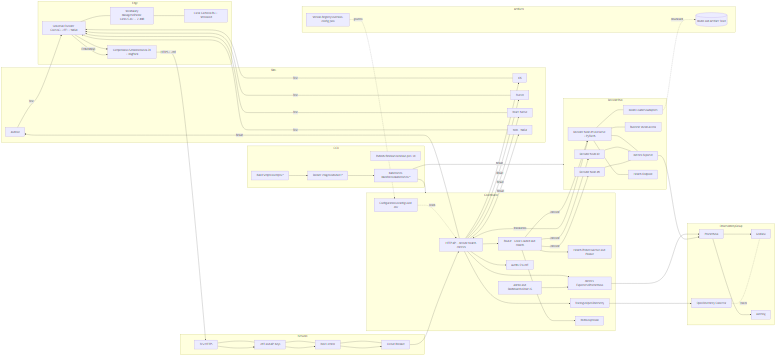
The Mermaid diagram docs/diagrams/out/end_to_end.png in code-with-zeeshan/universal-translation-system, before a commit. Its source is kept beside it as docs/diagrams/end_to_end.mmd. The source it was exported from:
```mermaid
flowchart LR
    subgraph SDKs
        A1[Android]
        A2[iOS]
        A3[Flutter]
        A4[React Native]
        A5[Web - WASM]
    end

    subgraph Edge
        E1[Universal Encoder Core\nC++/FFI + WASM]
        E2[Vocabulary Manager\nPacks: Latin/CJK/... 2-4MB]
        E3[Local Cache\nLRU + Versioned]
        E4[Compression/Serialization\nLZ4 + MsgPack]
        E1 --- E2
        E2 --- E3
        E1 --> E4
    end

    subgraph Network
        TLS[TLS/HTTPS]
        Auth[JWT and API Keys]
        RL[Rate Limiter]
        CB[Circuit Breaker]
        TLS --- Auth
        Auth --- RL
        RL --- CB
    end

    subgraph Coordinator
        C_API[HTTP API - decode health metrics]
        C_RT[Router - Least Loaded and Health]
        C_HC[Health Prober\nActive and Passive]
        C_MX[Metrics Exporter\nPrometheus]
        C_TR[Tracing\nOpenTelemetry]
        C_ADM[Admin and Dashboard\nChartJS]
        C_REDIS[Redis\noptional]
        C_CFG[Configuration\nconfigs and env]
        C_SEC[AuthN/Z\nJWT]
        C_API --> C_RT
        C_RT --> C_HC
        C_API --> C_SEC
        C_API --> C_MX
        C_API --> C_TR
        C_RT --> C_REDIS
        C_ADM --> C_MX
        C_CFG -. reads .-> C_API
    end

    subgraph DecoderPool
        DN1[Decoder Node #1\nLitserve + PyTorch]
        DN2[Decoder Node #2]
        DNn[Decoder Node #N]
                    MLD[Model Loader\nAdapters]
            VLM[Runtime Vocab Access]
            MXS[Metrics Exporter]
            HCS[Health Endpoint]
        DN1 --- MLD
        DN1 --- VLM
        DN1 --- MXS
        DN1 --- HCS
        DN2 --- MXS
        DNn --- MXS
    end

    subgraph ObservabilityGroup
        PM[Prometheus]
        GF[Grafana]
        AL[Alerting]
        OTEL[OpenTelemetry Collector]
        PM --> GF
        PM --> AL
        OTEL -. traces .- GF
    end

    subgraph Artifacts
        MS[(Model and Artifact Store)]
        VR[Version Registry\nversion-config.json]
    end

    subgraph CICD
        BLD[Build Scripts\nscripts/*]
        PBL[Publish/Release\nrelease.ps1/.sh]
        DKR[Docker Images\ndocker/*]
        K8S[Kubernetes Manifests\nkubernetes/*]
    end

    A1 & A2 & A3 & A4 & A5 -->|Text| E1
    E1 -->|Embeddings| E4
    E4 -->|HTTPS + JWT| TLS
    TLS --> Auth --> RL --> CB --> C_API

    C_RT -->|/decode| DN1 & DN2 & DNn
    DN1 -->|Translation| C_API
    C_API -->|Result| A1 & A2 & A3 & A4 & A5

    C_MX --> PM
    MXS --> PM
    C_TR --> OTEL

    MLD -. downloads .-> MS
    VR -. governs .-> C_CFG

    BLD --> DKR --> K8S
    K8S --> Coordinator
    K8S --> DecoderPool
```
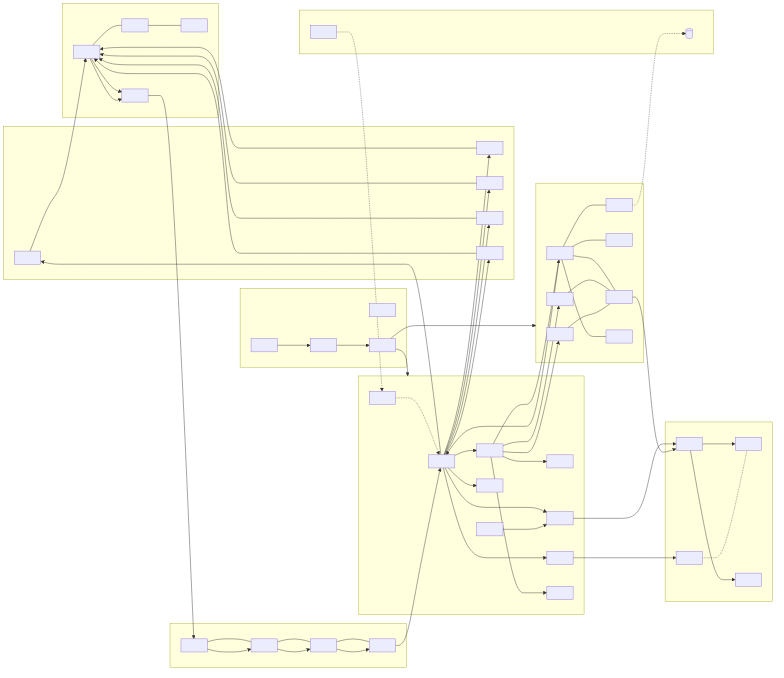
Later version of the same file.

The edit, as a diff of the source:
```diff
@@ -33,9 +33,9 @@
         C_HC[Health Prober\nActive and Passive]
         C_MX[Metrics Exporter\nPrometheus]
         C_TR[Tracing\nOpenTelemetry]
-        C_ADM[Admin and Dashboard\nChartJS]
+        C_ADM[Admin and Dashboard]
         C_REDIS[Redis\noptional]
-        C_CFG[Configuration\nconfigs and env]
+        C_CFG[Configuration\nconfig and env]
         C_SEC[AuthN/Z\nJWT]
         C_API --> C_RT
         C_RT --> C_HC
@@ -48,7 +48,7 @@
     end
 
     subgraph DecoderPool
-        DN1[Decoder Node #1\nLitserve + PyTorch]
+        DN1[Decoder Node #1\nFastAPI + PyTorch]
         DN2[Decoder Node #2]
         DNn[Decoder Node #N]
                     MLD[Model Loader\nAdapters]
@@ -74,15 +74,15 @@
     end
 
     subgraph Artifacts
-        MS[(Model and Artifact Store)]
+        MS[(Model/Artifact Store\nHF Hub)]
         VR[Version Registry\nversion-config.json]
     end
 
     subgraph CICD
         BLD[Build Scripts\nscripts/*]
-        PBL[Publish/Release\nrelease.ps1/.sh]
+        PBL[Publish/Release]
         DKR[Docker Images\ndocker/*]
-        K8S[Kubernetes Manifests\nkubernetes/*]
+        K8S[Kubernetes Manifests\ncharts/uts/ + kubernetes/]
     end
 
     A1 & A2 & A3 & A4 & A5 -->|Text| E1
```
